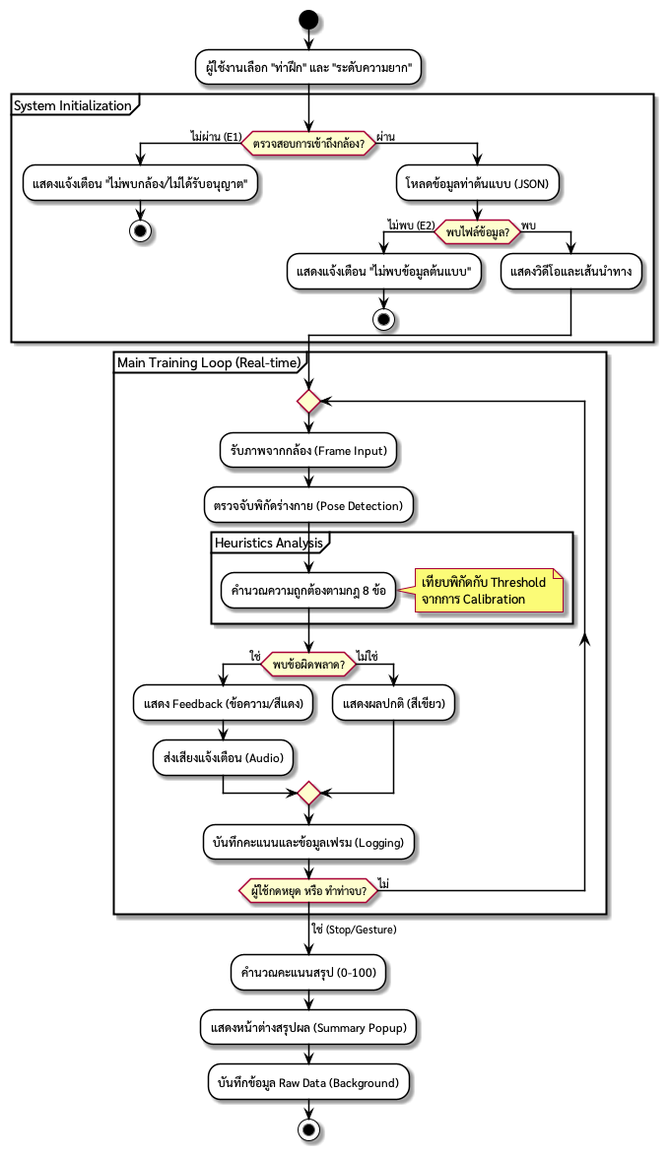
The PlantUML diagram out/docs/diagrams/activityDiagram_UC02/TaijiFlow_Activity_Diagram_UC02.png in vyut/TaijiFlow, before a commit. The source it was exported from:
```plantuml
@startuml TaijiFlow_Activity_Diagram_UC02
skinparam defaultFontName "sarabun"
skinparam activity {
    BackgroundColor White
    BorderColor Black
    ArrowColor Black
}

start

:ผู้ใช้งานเลือก "ท่าฝึก" และ "ระดับความยาก";

partition "System Initialization" {
    if (ตรวจสอบการเข้าถึงกล้อง?) then (ไม่ผ่าน (E1))
        :แสดงแจ้งเตือน "ไม่พบกล้อง/ไม่ได้รับอนุญาต";
        stop
    else (ผ่าน)
        :โหลดข้อมูลท่าต้นแบบ (JSON);
        if (พบไฟล์ข้อมูล?) then (ไม่พบ (E2))
            :แสดงแจ้งเตือน "ไม่พบข้อมูลต้นแบบ";
            stop
        else (พบ)
            :แสดงวิดีโอและเส้นนำทาง;
        endif
    endif
}

partition "Main Training Loop (Real-time)" {
    repeat
        :รับภาพจากกล้อง (Frame Input);
        :ตรวจจับพิกัดร่างกาย (Pose Detection);

        partition "Heuristics Analysis" {
            :คำนวณความถูกต้องตามกฎ 8 ข้อ;
            note right
                เทียบพิกัดกับ Threshold
                จากการ Calibration
            end note
        }

        if (พบข้อผิดพลาด?) then (ใช่)
            :แสดง Feedback (ข้อความ/สีแดง);
            :ส่งเสียงแจ้งเตือน (Audio);
        else (ไม่ใช่)
            :แสดงผลปกติ (สีเขียว);
        endif

        :บันทึกคะแนนและข้อมูลเฟรม (Logging);

    repeat while (ผู้ใช้กดหยุด หรือ ทำท่าจบ?) is (ไม่)
    -> ใช่ (Stop/Gesture);
}

:คำนวณคะแนนสรุป (0-100);
:แสดงหน้าต่างสรุปผล (Summary Popup);
:บันทึกข้อมูล Raw Data (Background);

stop
@enduml
```
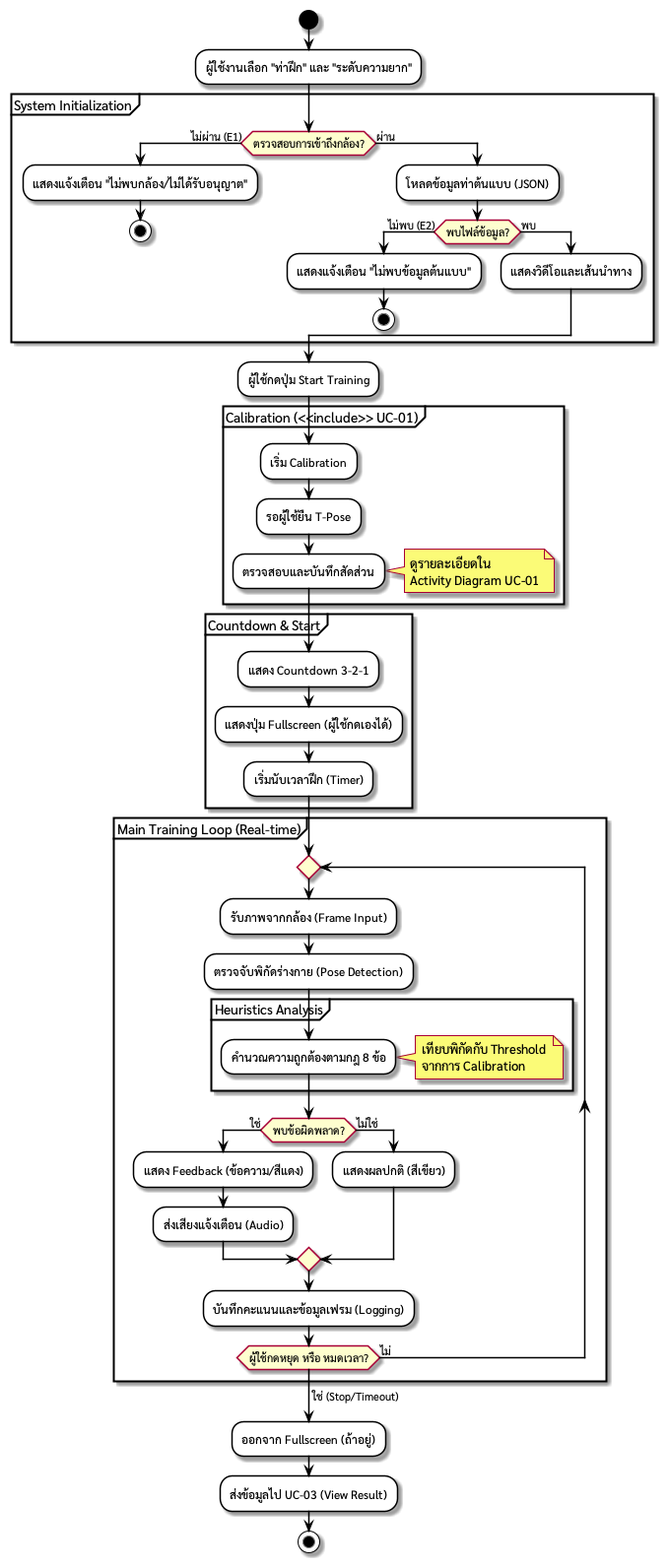
After the change.

What changed in the source:
```diff
@@ -25,6 +25,24 @@
     endif
 }
 
+:ผู้ใช้กดปุ่ม Start Training;
+
+partition "Calibration (<<include>> UC-01)" {
+    :เริ่ม Calibration;
+    :รอผู้ใช้ยืน T-Pose;
+    :ตรวจสอบและบันทึกสัดส่วน;
+    note right
+        ดูรายละเอียดใน
+        Activity Diagram UC-01
+    end note
+}
+
+partition "Countdown & Start" {
+    :แสดง Countdown 3-2-1;
+    :แสดงปุ่ม Fullscreen (ผู้ใช้กดเองได้);
+    :เริ่มนับเวลาฝึก (Timer);
+}
+
 partition "Main Training Loop (Real-time)" {
     repeat
         :รับภาพจากกล้อง (Frame Input);
@@ -47,13 +65,12 @@
 
         :บันทึกคะแนนและข้อมูลเฟรม (Logging);
 
-    repeat while (ผู้ใช้กดหยุด หรือ ทำท่าจบ?) is (ไม่)
-    -> ใช่ (Stop/Gesture);
+    repeat while (ผู้ใช้กดหยุด หรือ หมดเวลา?) is (ไม่)
+    -> ใช่ (Stop/Timeout);
 }
 
-:คำนวณคะแนนสรุป (0-100);
-:แสดงหน้าต่างสรุปผล (Summary Popup);
-:บันทึกข้อมูล Raw Data (Background);
+:ออกจาก Fullscreen (ถ้าอยู่);
+:ส่งข้อมูลไป UC-03 (View Result);
 
 stop
 @enduml
```
